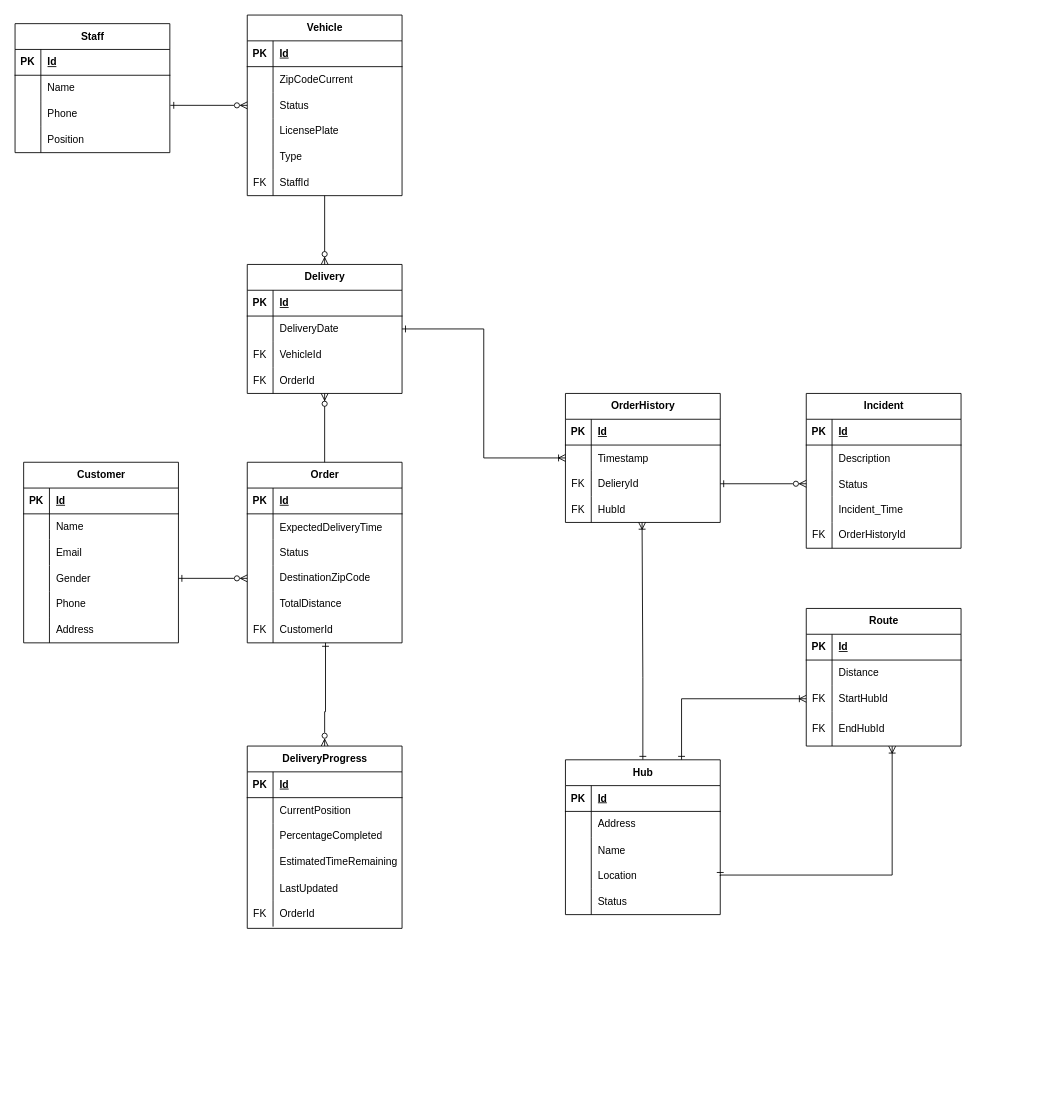
The draw.io diagram assets/draw.io/erd.drawio in HutechCJ/ProfioApp, before the edit. Source tidied: cells renumbered, new cells numbered last; positions are measured from the earlier drawing's top-left corner, leaving out a move shared by most shapes. Both pictures are drawn from the tidied source at 86%, with x=0, y=0 at pixel (15, 15).
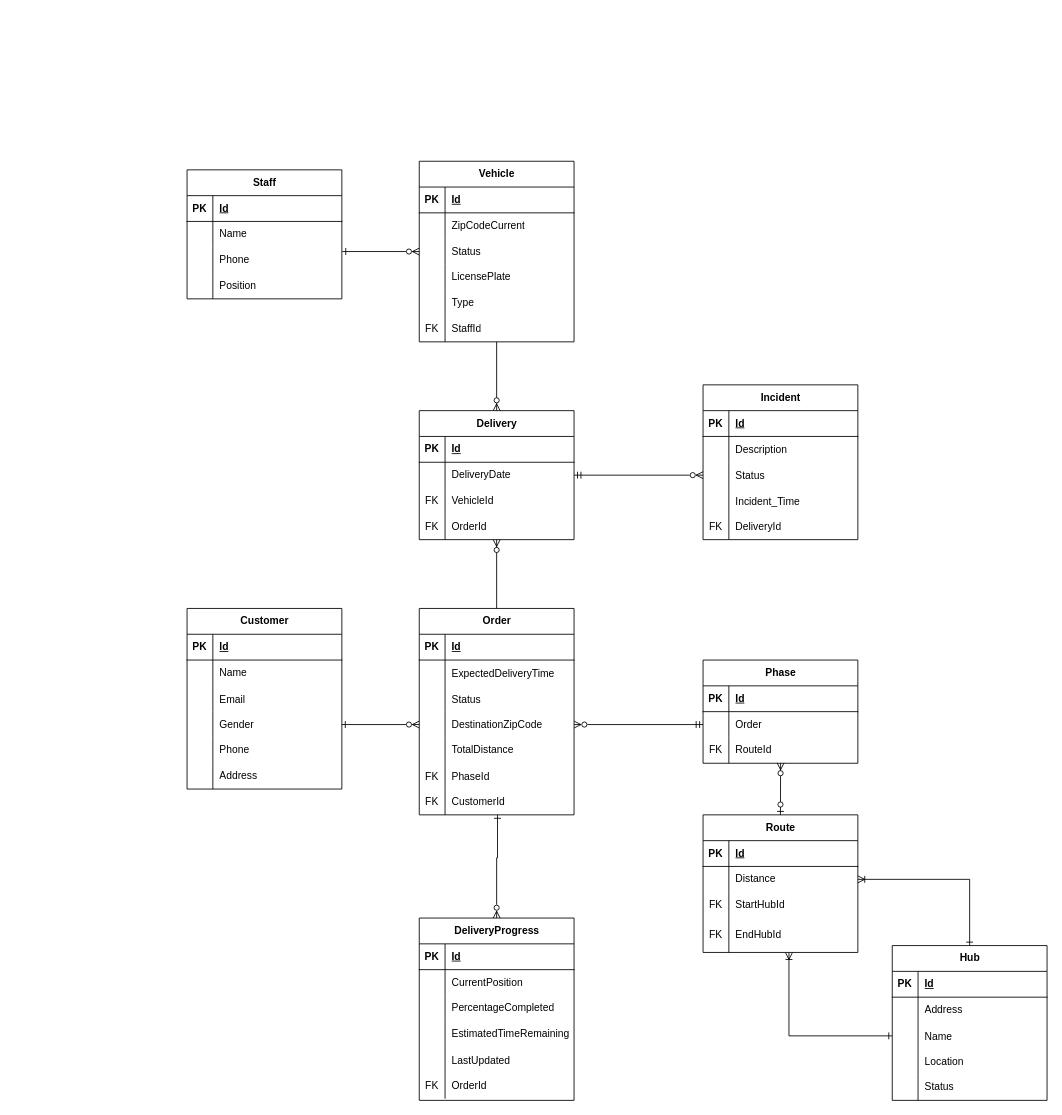
The same page after the edit.

Unchanged cells that the change refers to:
```xml
<mxCell id="12" style="shape=tableRow;horizontal=0;startSize=0;swimlaneHead=0;swimlaneBody=0;fillColor=none;points=[[0,0.5],[1,0.5]];portConstraint=eastwest;top=0;left=0;right=0;bottom=0;" parent="2" vertex="1">
  <mxGeometry y="120" width="180" height="30" as="geometry" />
</mxCell>
<mxCell id="43" style="shape=tableRow;horizontal=0;startSize=0;swimlaneHead=0;swimlaneBody=0;fillColor=none;points=[[0,0.5],[1,0.5]];portConstraint=eastwest;top=0;left=0;right=0;bottom=0;" parent="36" vertex="1">
  <mxGeometry y="90" width="180" height="30" as="geometry" />
</mxCell>
<mxCell id="46" style="shape=tableRow;horizontal=0;startSize=0;swimlaneHead=0;swimlaneBody=0;fillColor=none;points=[[0,0.5],[1,0.5]];portConstraint=eastwest;top=0;left=0;right=0;bottom=0;" parent="36" vertex="1">
  <mxGeometry y="120" width="180" height="30" as="geometry" />
</mxCell>
<mxCell id="75" style="shape=tableRow;horizontal=0;startSize=0;swimlaneHead=0;swimlaneBody=0;fillColor=none;points=[[0,0.5],[1,0.5]];portConstraint=eastwest;top=0;left=0;right=0;bottom=0;" parent="71" vertex="1">
  <mxGeometry y="60" width="180" height="30" as="geometry" />
</mxCell>
<mxCell id="78" style="shape=tableRow;horizontal=0;startSize=0;swimlaneHead=0;swimlaneBody=0;fillColor=none;points=[[0,0.5],[1,0.5]];portConstraint=eastwest;top=0;left=0;right=0;bottom=0;" parent="71" vertex="1">
  <mxGeometry y="90" width="180" height="30" as="geometry" />
</mxCell>
<mxCell id="81" style="shape=tableRow;horizontal=0;startSize=0;swimlaneHead=0;swimlaneBody=0;fillColor=none;points=[[0,0.5],[1,0.5]];portConstraint=eastwest;top=0;left=0;right=0;bottom=0;" parent="71" vertex="1">
  <mxGeometry y="120" width="180" height="40" as="geometry" />
</mxCell>
<mxCell id="147" style="shape=tableRow;horizontal=0;startSize=0;swimlaneHead=0;swimlaneBody=0;fillColor=none;points=[[0,0.5],[1,0.5]];portConstraint=eastwest;top=0;left=0;right=0;bottom=0;" parent="140" vertex="1">
  <mxGeometry y="90" width="180" height="30" as="geometry" />
</mxCell>
<mxCell id="153" style="shape=tableRow;horizontal=0;startSize=0;swimlaneHead=0;swimlaneBody=0;fillColor=none;top=0;left=0;right=0;bottom=0;" parent="140" vertex="1">
  <mxGeometry y="150" width="180" height="30" as="geometry" />
</mxCell>
<mxCell id="161" style="shape=tableRow;horizontal=0;startSize=0;swimlaneHead=0;swimlaneBody=0;fillColor=none;points=[[0,0.5],[1,0.5]];portConstraint=eastwest;top=0;left=0;right=0;bottom=0;" parent="157" vertex="1">
  <mxGeometry y="60" width="180" height="30" as="geometry" />
</mxCell>
```

Change to the diagram source:
```diff
@@
     <mxCell id="2" value="Order" style="shape=table;startSize=30;childLayout=tableLayout;rowLines=0;fontStyle=1;align=center;html=1;" parent="1" vertex="1">
-      <mxGeometry x="270" y="520" width="180" height="210" as="geometry" />
+      <mxGeometry x="470" y="690" width="180" height="240" as="geometry" />
     </mxCell>
@@
+    <mxCell id="173" style="shape=tableRow;horizontal=0;startSize=0;swimlaneHead=0;swimlaneBody=0;fillColor=none;top=0;left=0;right=0;bottom=0;" parent="2" vertex="1">
+      <mxGeometry y="180" width="180" height="30" as="geometry" />
+    </mxCell>
+    <mxCell id="174" value="FK" style="shape=partialRectangle;fillColor=none;top=0;left=0;bottom=0;right=0;overflow=hidden;" parent="173" vertex="1">
+      <mxGeometry width="30" height="30" as="geometry" />
+    </mxCell>
+    <mxCell id="175" value="PhaseId" style="shape=partialRectangle;fillColor=none;top=0;left=0;bottom=0;right=0;align=left;spacingLeft=6;overflow=hidden;" parent="173" vertex="1">
+      <mxGeometry x="30" width="150" height="30" as="geometry" />
+    </mxCell>
     <mxCell id="18" style="shape=tableRow;horizontal=0;startSize=0;swimlaneHead=0;swimlaneBody=0;fillColor=none;top=0;left=0;right=0;bottom=0;" parent="2" vertex="1">
-      <mxGeometry y="180" width="180" height="30" as="geometry" />
+      <mxGeometry y="210" width="180" height="30" as="geometry" />
     </mxCell>
@@
     <mxCell id="21" value="Staff" style="shape=table;startSize=30;childLayout=tableLayout;rowLines=0;fontStyle=1;align=center;html=1;" parent="1" vertex="1">
-      <mxGeometry y="10" width="180" height="150" as="geometry" />
+      <mxGeometry x="200" y="180" width="180" height="150" as="geometry" />
     </mxCell>
@@
-    <mxCell id="34" style="edgeStyle=orthogonalEdgeStyle;rounded=0;jettySize=auto;html=1;exitX=1;exitY=0.5;exitDx=0;exitDy=0;endArrow=ERoneToMany;endFill=0;entryX=0.555;entryY=1.004;entryDx=0;entryDy=0;startArrow=ERone;startFill=0;entryPerimeter=0;" parent="1" edge="1" source="46" target="81">
+    <mxCell id="34" style="edgeStyle=orthogonalEdgeStyle;rounded=0;jettySize=auto;html=1;exitX=0;exitY=0.5;exitDx=0;exitDy=0;endArrow=ERoneToMany;endFill=0;entryX=0.555;entryY=1.004;entryDx=0;entryDy=0;startArrow=ERone;startFill=0;entryPerimeter=0;" parent="1" edge="1" source="43" target="81">
       <mxGeometry relative="1" as="geometry">
         <Array as="points">
-          <mxPoint x="1020" y="1000" />
+          <mxPoint x="900" y="1187" />
         </Array>
       </mxGeometry>
     </mxCell>
-    <mxCell id="35" style="edgeStyle=orthogonalEdgeStyle;rounded=0;jettySize=auto;html=1;exitX=0.5;exitY=0;exitDx=0;exitDy=0;entryX=0.495;entryY=0.994;entryDx=0;entryDy=0;entryPerimeter=0;endArrow=ERoneToMany;endFill=0;startArrow=ERone;startFill=0;" parent="1" edge="1" source="36" target="95">
-      <mxGeometry relative="1" as="geometry">
-        <Array as="points">
-          <mxPoint x="730" y="770" />
-          <mxPoint x="729" y="770" />
-        </Array>
-      </mxGeometry>
-    </mxCell>
     <mxCell id="36" value="Hub" style="shape=table;startSize=30;childLayout=tableLayout;rowLines=0;fontStyle=1;align=center;html=1;" parent="1" vertex="1">
-      <mxGeometry x="640" y="866" width="180" height="180" as="geometry" />
+      <mxGeometry x="1020" y="1082" width="180" height="180" as="geometry" />
     </mxCell>
@@
     <mxCell id="52" value="Customer" style="shape=table;startSize=30;childLayout=tableLayout;rowLines=0;fontStyle=1;align=center;html=1;" parent="1" vertex="1">
-      <mxGeometry x="10" y="520" width="180" height="210" as="geometry" />
+      <mxGeometry x="200" y="690" width="180" height="210" as="geometry" />
     </mxCell>
@@
     <mxCell id="71" value="Route" style="shape=table;startSize=30;childLayout=tableLayout;rowLines=0;fontStyle=1;align=center;html=1;" parent="1" vertex="1">
-      <mxGeometry x="920" y="690" width="180" height="160" as="geometry" />
+      <mxGeometry x="800" y="930" width="180" height="160" as="geometry" />
     </mxCell>
@@
-    <mxCell id="84" style="edgeStyle=orthogonalEdgeStyle;rounded=0;jettySize=auto;html=1;exitX=0.75;exitY=0;exitDx=0;exitDy=0;endArrow=ERoneToMany;endFill=0;startArrow=ERone;startFill=0;entryX=0;entryY=0.5;entryDx=0;entryDy=0;" parent="1" edge="1" source="36" target="78">
+    <mxCell id="84" style="edgeStyle=orthogonalEdgeStyle;rounded=0;jettySize=auto;html=1;exitX=0.5;exitY=0;exitDx=0;exitDy=0;endArrow=ERoneToMany;endFill=0;startArrow=ERone;startFill=0;entryX=1;entryY=0.5;entryDx=0;entryDy=0;" parent="1" edge="1" source="36" target="75">
       <mxGeometry relative="1" as="geometry" />
     </mxCell>
-    <mxCell id="85" value="OrderHistory" style="shape=table;startSize=30;childLayout=tableLayout;rowLines=0;fontStyle=1;align=center;html=1;" parent="1" vertex="1">
-      <mxGeometry x="640" y="440" width="180" height="150" as="geometry" />
-    </mxCell>
-    <mxCell id="86" style="shape=tableRow;horizontal=0;startSize=0;swimlaneHead=0;swimlaneBody=0;fillColor=none;top=0;left=0;right=0;bottom=1;" parent="85" vertex="1">
-      <mxGeometry y="30" width="180" height="30" as="geometry" />
-    </mxCell>
-    <mxCell id="87" value="PK" style="shape=partialRectangle;fillColor=none;top=0;left=0;bottom=0;right=0;fontStyle=1;overflow=hidden;whiteSpace=wrap;html=1;" parent="86" vertex="1">
-      <mxGeometry width="30" height="30" as="geometry" />
-    </mxCell>
-    <mxCell id="88" value="Id" style="shape=partialRectangle;fillColor=none;top=0;left=0;bottom=0;right=0;align=left;spacingLeft=6;fontStyle=5;overflow=hidden;whiteSpace=wrap;html=1;" parent="86" vertex="1">
-      <mxGeometry x="30" width="150" height="30" as="geometry" />
-    </mxCell>
-    <mxCell id="89" style="shape=tableRow;horizontal=0;startSize=0;swimlaneHead=0;swimlaneBody=0;fillColor=none;points=[[0,0.5],[1,0.5]];portConstraint=eastwest;top=0;left=0;right=0;bottom=0;" parent="85" vertex="1">
-      <mxGeometry y="60" width="180" height="30" as="geometry" />
-    </mxCell>
-    <mxCell id="90" style="shape=partialRectangle;fillColor=none;top=0;left=0;bottom=0;right=0;overflow=hidden;" parent="89" vertex="1">
-      <mxGeometry width="30" height="30" as="geometry" />
-    </mxCell>
-    <mxCell id="91" value="Timestamp" style="shape=partialRectangle;fillColor=none;top=0;left=0;bottom=0;right=0;align=left;spacingLeft=6;overflow=hidden;" parent="89" vertex="1">
-      <mxGeometry x="30" width="150" height="30" as="geometry" />
-    </mxCell>
-    <mxCell id="92" style="shape=tableRow;horizontal=0;startSize=0;swimlaneHead=0;swimlaneBody=0;fillColor=none;points=[[0,0.5],[1,0.5]];portConstraint=eastwest;top=0;left=0;right=0;bottom=0;" parent="85" vertex="1">
-      <mxGeometry y="90" width="180" height="30" as="geometry" />
-    </mxCell>
-    <mxCell id="93" value="FK" style="shape=partialRectangle;fillColor=none;top=0;left=0;bottom=0;right=0;overflow=hidden;whiteSpace=wrap;html=1;" parent="92" vertex="1">
-      <mxGeometry width="30" height="30" as="geometry" />
-    </mxCell>
-    <mxCell id="94" value="DelieryId" style="shape=partialRectangle;fillColor=none;top=0;left=0;bottom=0;right=0;align=left;spacingLeft=6;overflow=hidden;whiteSpace=wrap;html=1;" parent="92" vertex="1">
-      <mxGeometry x="30" width="150" height="30" as="geometry" />
-    </mxCell>
-    <mxCell id="95" style="shape=tableRow;horizontal=0;startSize=0;swimlaneHead=0;swimlaneBody=0;fillColor=none;points=[[0,0.5],[1,0.5]];portConstraint=eastwest;top=0;left=0;right=0;bottom=0;" parent="85" vertex="1">
-      <mxGeometry y="120" width="180" height="30" as="geometry" />
-    </mxCell>
-    <mxCell id="96" value="FK" style="shape=partialRectangle;fillColor=none;top=0;left=0;bottom=0;right=0;overflow=hidden;whiteSpace=wrap;html=1;" parent="95" vertex="1">
-      <mxGeometry width="30" height="30" as="geometry" />
-    </mxCell>
-    <mxCell id="97" value="HubId" style="shape=partialRectangle;fillColor=none;top=0;left=0;bottom=0;right=0;align=left;spacingLeft=6;overflow=hidden;whiteSpace=wrap;html=1;" parent="95" vertex="1">
-      <mxGeometry x="30" width="150" height="30" as="geometry" />
-    </mxCell>
@@
     <mxCell id="99" value="DeliveryProgress" style="shape=table;startSize=30;childLayout=tableLayout;rowLines=0;fontStyle=1;align=center;html=1;" parent="1" vertex="1">
-      <mxGeometry x="270" y="850" width="180" height="212" as="geometry" />
+      <mxGeometry x="470" y="1050" width="180" height="212" as="geometry" />
     </mxCell>
@@
     <mxCell id="118" style="edgeStyle=orthogonalEdgeStyle;rounded=0;jettySize=auto;html=1;entryX=0.5;entryY=0;entryDx=0;entryDy=0;endArrow=ERzeroToMany;endFill=0;startArrow=ERone;startFill=0;" parent="1" edge="1" source="2" target="99">
       <mxGeometry relative="1" as="geometry">
         <Array as="points">
-          <mxPoint x="361" y="810" />
-          <mxPoint x="360" y="810" />
+          <mxPoint x="561" y="980" />
+          <mxPoint x="560" y="980" />
         </Array>
       </mxGeometry>
     </mxCell>
-    <mxCell id="119" style="edgeStyle=orthogonalEdgeStyle;rounded=0;jettySize=auto;html=1;exitX=1;exitY=0.5;exitDx=0;exitDy=0;entryX=0;entryY=0.5;entryDx=0;entryDy=0;endArrow=ERoneToMany;endFill=0;startArrow=ERone;startFill=0;" parent="1" edge="1" target="89">
-      <mxGeometry relative="1" as="geometry" />
-    </mxCell>
     <mxCell id="120" value="Vehicle" style="shape=table;startSize=30;childLayout=tableLayout;rowLines=0;fontStyle=1;align=center;html=1;" parent="1" vertex="1">
-      <mxGeometry x="270" width="180" height="210" as="geometry" />
+      <mxGeometry x="470" y="170" width="180" height="210" as="geometry" />
     </mxCell>
@@
     <mxCell id="140" value="Incident" style="shape=table;startSize=30;childLayout=tableLayout;rowLines=0;fontStyle=1;align=center;html=1;" parent="1" vertex="1">
-      <mxGeometry x="920" y="440" width="180" height="180" as="geometry" />
+      <mxGeometry x="800" y="430" width="180" height="180" as="geometry" />
     </mxCell>
@@
-    <mxCell id="155" value="OrderHistoryId" style="shape=partialRectangle;fillColor=none;top=0;left=0;bottom=0;right=0;align=left;spacingLeft=6;overflow=hidden;whiteSpace=wrap;html=1;" parent="153" vertex="1">
+    <mxCell id="155" value="DeliveryId" style="shape=partialRectangle;fillColor=none;top=0;left=0;bottom=0;right=0;align=left;spacingLeft=6;overflow=hidden;whiteSpace=wrap;html=1;" parent="153" vertex="1">
       <mxGeometry x="30" width="150" height="30" as="geometry" />
     </mxCell>
-    <mxCell id="156" style="edgeStyle=orthogonalEdgeStyle;rounded=0;jettySize=auto;html=1;exitX=1;exitY=0.5;exitDx=0;exitDy=0;entryX=0;entryY=0.5;entryDx=0;entryDy=0;endArrow=ERzeroToMany;endFill=0;startArrow=ERone;startFill=0;" parent="1" edge="1" source="92" target="147">
-      <mxGeometry relative="1" as="geometry" />
-    </mxCell>
     <mxCell id="157" value="Delivery" style="shape=table;startSize=30;childLayout=tableLayout;rowLines=0;fontStyle=1;align=center;html=1;" parent="1" vertex="1">
-      <mxGeometry x="270" y="290" width="180" height="150" as="geometry" />
+      <mxGeometry x="470" y="460" width="180" height="150" as="geometry" />
     </mxCell>
@@
-    <mxCell id="172" style="fontSize=12;html=1;endArrow=ERoneToMany;rounded=0;edgeStyle=orthogonalEdgeStyle;startArrow=ERone;startFill=0;" parent="1" edge="1" source="157" target="85">
-      <mxGeometry relative="1" as="geometry" />
-    </mxCell>
+    <mxCell id="176" value="Phase" style="shape=table;startSize=30;childLayout=tableLayout;rowLines=0;fontStyle=1;align=center;html=1;" parent="1" vertex="1">
+      <mxGeometry x="800" y="750" width="180" height="120" as="geometry" />
+    </mxCell>
+    <mxCell id="86" style="shape=tableRow;horizontal=0;startSize=0;swimlaneHead=0;swimlaneBody=0;fillColor=none;top=0;left=0;right=0;bottom=1;" parent="176" vertex="1">
+      <mxGeometry y="30" width="180" height="30" as="geometry" />
+    </mxCell>
+    <mxCell id="87" value="PK" style="shape=partialRectangle;fillColor=none;top=0;left=0;bottom=0;right=0;fontStyle=1;overflow=hidden;whiteSpace=wrap;html=1;" parent="86" vertex="1">
+      <mxGeometry width="30" height="30" as="geometry" />
+    </mxCell>
+    <mxCell id="88" value="Id" style="shape=partialRectangle;fillColor=none;top=0;left=0;bottom=0;right=0;align=left;spacingLeft=6;fontStyle=5;overflow=hidden;whiteSpace=wrap;html=1;" parent="86" vertex="1">
+      <mxGeometry x="30" width="150" height="30" as="geometry" />
+    </mxCell>
+    <mxCell id="89" style="shape=tableRow;horizontal=0;startSize=0;swimlaneHead=0;swimlaneBody=0;fillColor=none;points=[[0,0.5],[1,0.5]];portConstraint=eastwest;top=0;left=0;right=0;bottom=0;" parent="176" vertex="1">
+      <mxGeometry y="60" width="180" height="30" as="geometry" />
+    </mxCell>
+    <mxCell id="177" style="shape=partialRectangle;fillColor=none;top=0;left=0;bottom=0;right=0;overflow=hidden;whiteSpace=wrap;html=1;" parent="89" vertex="1">
+      <mxGeometry width="30" height="30" as="geometry" />
+    </mxCell>
+    <mxCell id="178" value="Order" style="shape=partialRectangle;fillColor=none;top=0;left=0;bottom=0;right=0;align=left;spacingLeft=6;overflow=hidden;whiteSpace=wrap;html=1;" parent="89" vertex="1">
+      <mxGeometry x="30" width="150" height="30" as="geometry" />
+    </mxCell>
+    <mxCell id="92" style="shape=tableRow;horizontal=0;startSize=0;swimlaneHead=0;swimlaneBody=0;fillColor=none;points=[[0,0.5],[1,0.5]];portConstraint=eastwest;top=0;left=0;right=0;bottom=0;" parent="176" vertex="1">
+      <mxGeometry y="90" width="180" height="30" as="geometry" />
+    </mxCell>
+    <mxCell id="179" value="FK" style="shape=partialRectangle;fillColor=none;top=0;left=0;bottom=0;right=0;overflow=hidden;whiteSpace=wrap;html=1;" parent="92" vertex="1">
+      <mxGeometry width="30" height="30" as="geometry" />
+    </mxCell>
+    <mxCell id="180" value="RouteId" style="shape=partialRectangle;fillColor=none;top=0;left=0;bottom=0;right=0;align=left;spacingLeft=6;overflow=hidden;whiteSpace=wrap;html=1;" parent="92" vertex="1">
+      <mxGeometry x="30" width="150" height="30" as="geometry" />
+    </mxCell>
+    <mxCell id="181" style="fontSize=12;html=1;endArrow=ERzeroToMany;startArrow=ERzeroToOne;rounded=0;entryX=0.501;entryY=0.986;entryDx=0;entryDy=0;entryPerimeter=0;exitX=0.5;exitY=0;exitDx=0;exitDy=0;" parent="1" edge="1" source="71" target="92">
+      <mxGeometry relative="1" as="geometry" />
+    </mxCell>
+    <mxCell id="182" style="edgeStyle=orthogonalEdgeStyle;rounded=0;jettySize=auto;html=1;exitX=0;exitY=0.5;exitDx=0;exitDy=0;entryX=1;entryY=0.5;entryDx=0;entryDy=0;endArrow=ERzeroToMany;endFill=0;startArrow=ERmandOne;startFill=0;" parent="1" edge="1" source="89" target="12">
+      <mxGeometry relative="1" as="geometry" />
+    </mxCell>
+    <mxCell id="183" style="edgeStyle=orthogonalEdgeStyle;rounded=0;jettySize=auto;html=1;exitX=1;exitY=0.5;exitDx=0;exitDy=0;entryX=0;entryY=0.5;entryDx=0;entryDy=0;endArrow=ERzeroToMany;endFill=0;startArrow=ERmandOne;startFill=0;" parent="1" edge="1" source="161" target="147">
+      <mxGeometry relative="1" as="geometry" />
+    </mxCell>
```
